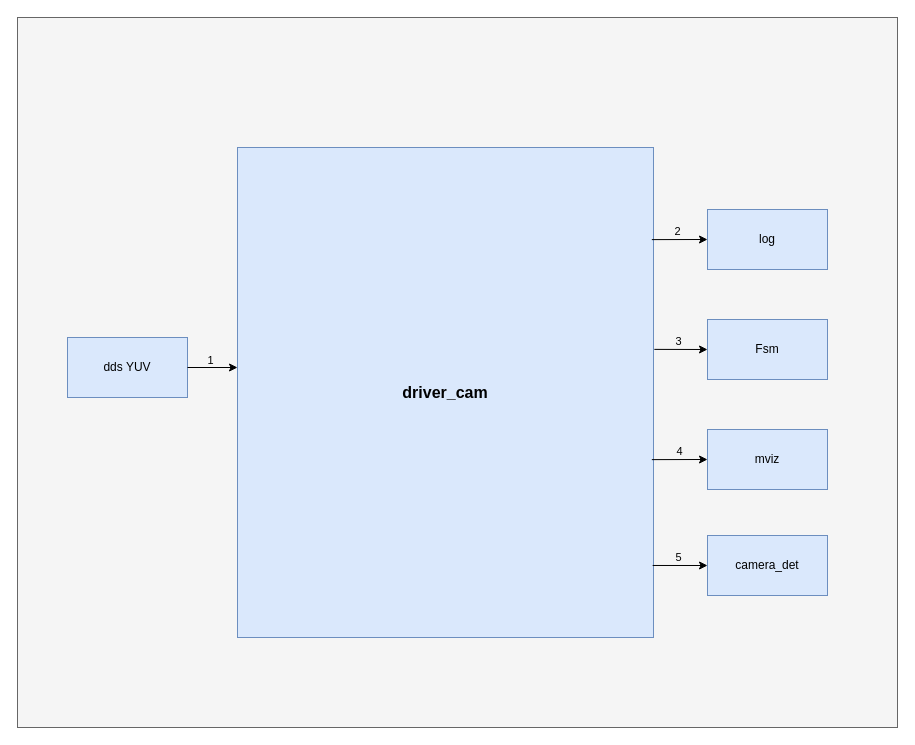
Above: driver_cam输入输出图.drawio in xiaoleli/diagrams (draw.io), before the change. Source tidied: cells renumbered, new cells numbered last; positions are measured from the earlier drawing's top-left corner, leaving out a move shared by most shapes. Both pictures are drawn from the tidied source at 100%, with x=0, y=0 at pixel (17, 17).
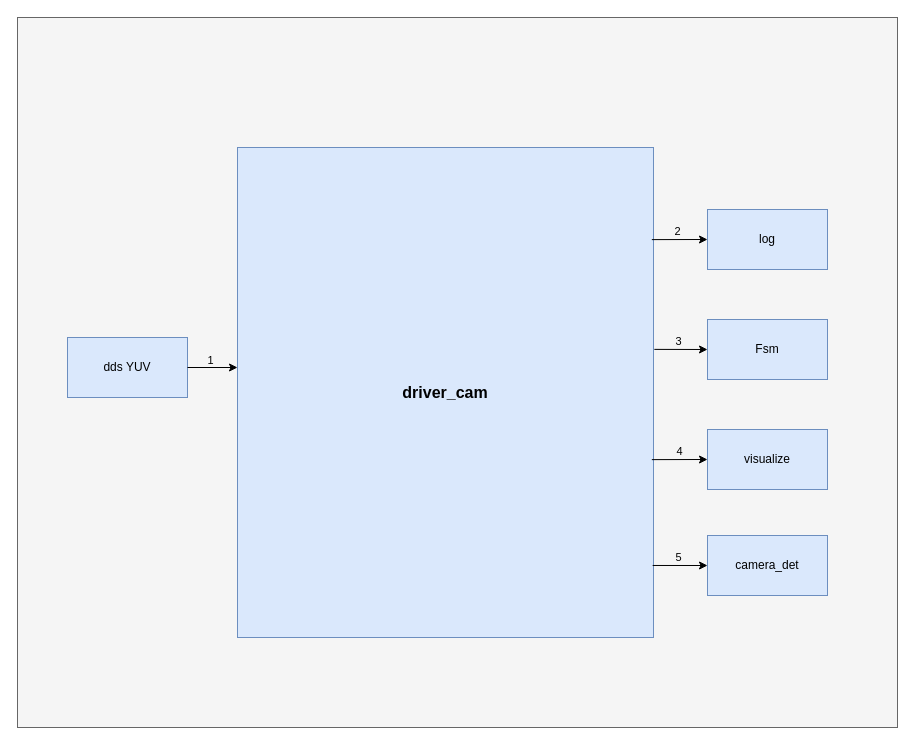
After the change.

Commit message:
更新driver_cam输入输出图.drawio

The edit, as a diff of the source:
```diff
@@
-    <mxCell id="7" value="mviz" style="rounded=0;whiteSpace=wrap;html=1;fillColor=#dae8fc;strokeColor=#6c8ebf;" parent="1" vertex="1">
+    <mxCell id="7" value="visualize" style="rounded=0;whiteSpace=wrap;html=1;fillColor=#dae8fc;strokeColor=#6c8ebf;" parent="1" vertex="1">
       <mxGeometry x="690" y="412" width="120" height="60" as="geometry" />
     </mxCell>
```
